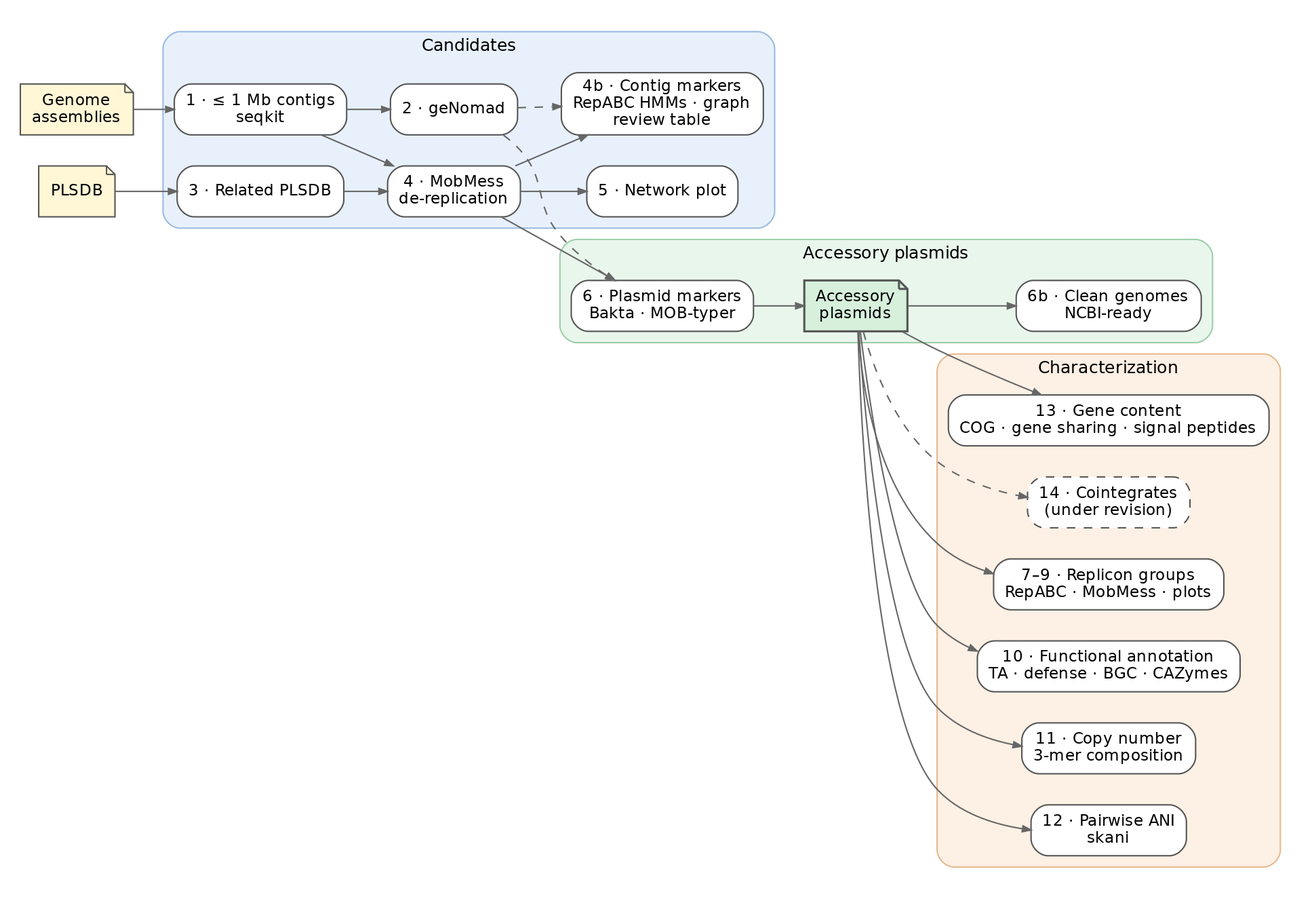
Earlier version of the Graphviz export assets/workflow_compact.png (juanjo255/AccPlasPipeline). Its source is kept beside it as assets/workflow_compact.dot.
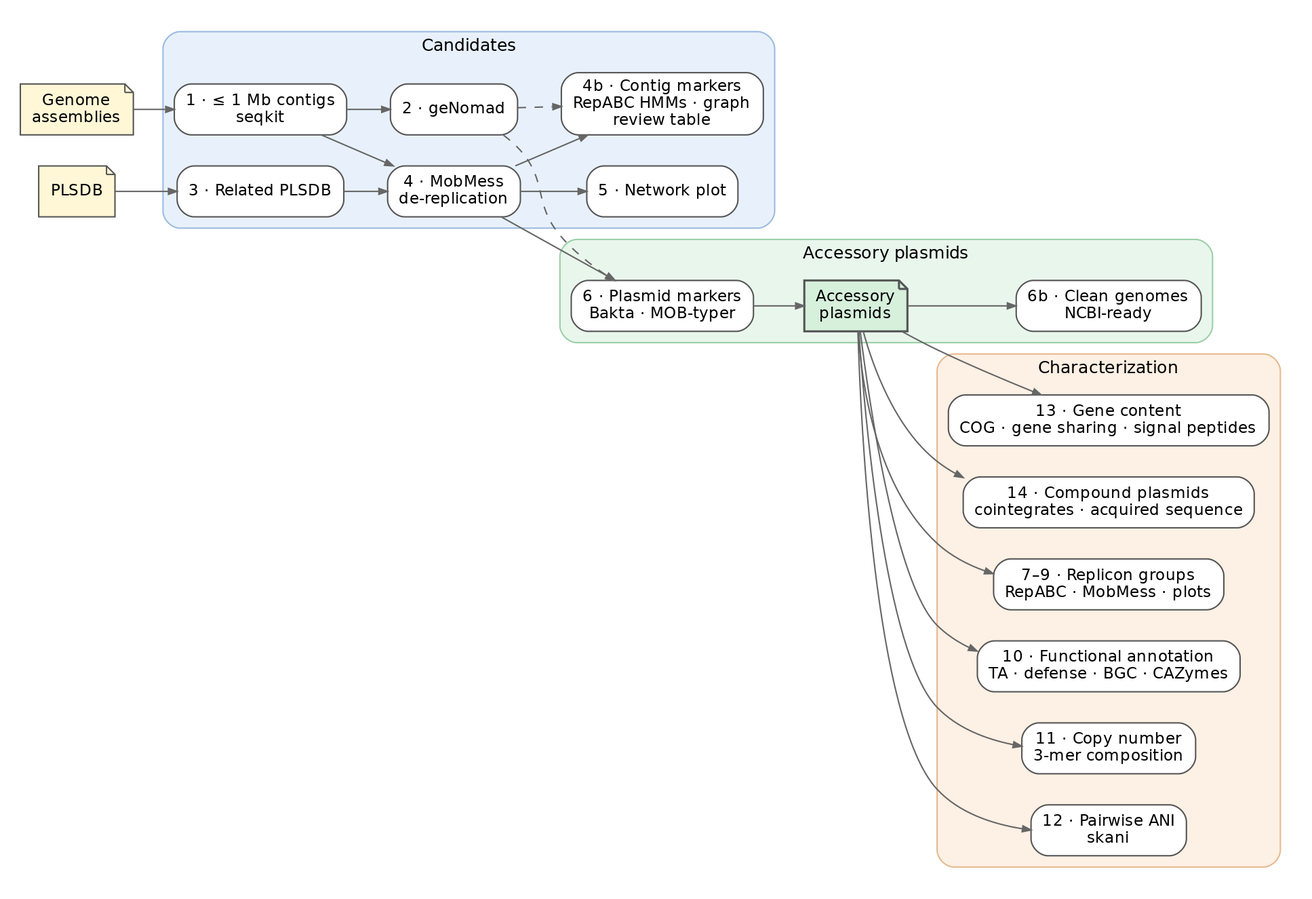
Above is the later version.

What changed in the source:
```diff
@@ -30,7 +30,7 @@
         rep [label="11 · Copy number\n3-mer composition"];
         ani [label="12 · Pairwise ANI\nskani"];
         gc  [label="13 · Gene content\nCOG · gene sharing · signal peptides"];
-        coi [style="rounded,filled,dashed", label="14 · Cointegrates\n(under revision)"];
+        coi [label="14 · Compound plasmids\ncointegrates · acquired sequence"];
     }
 
     in -> s1;
@@ -50,5 +50,5 @@
     fin -> rep;
     fin -> ani;
     fin -> gc;
-    fin -> coi [style=dashed];
+    fin -> coi;
 }
```
